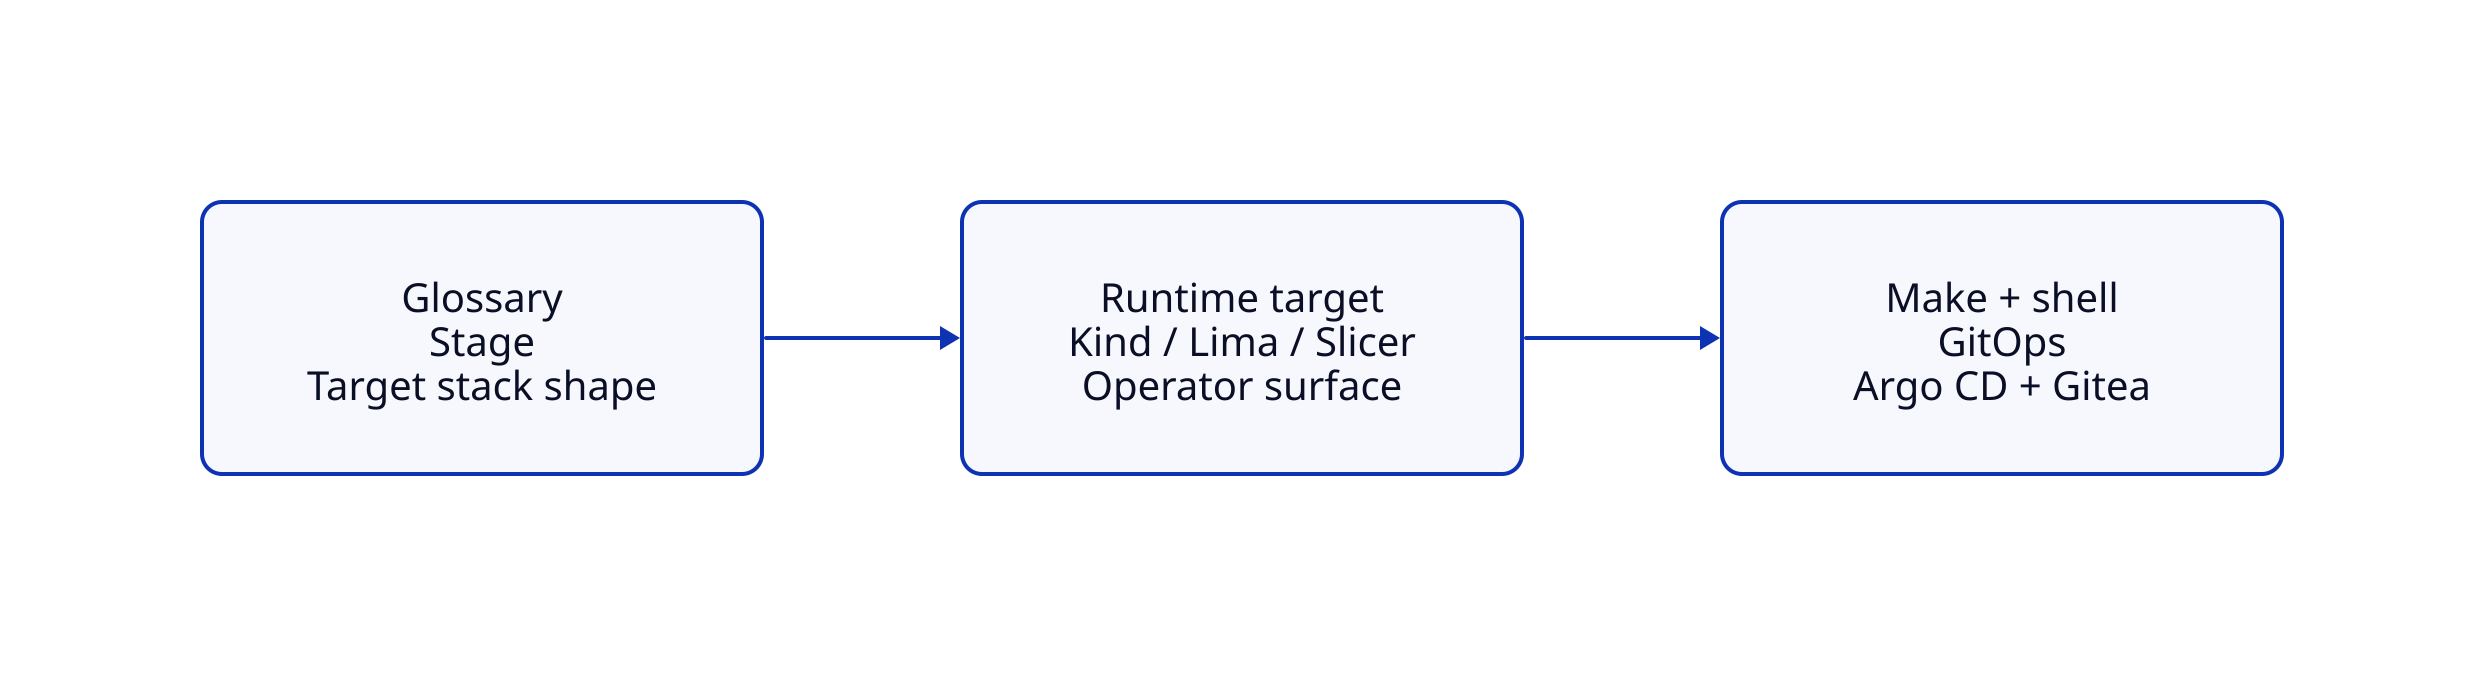
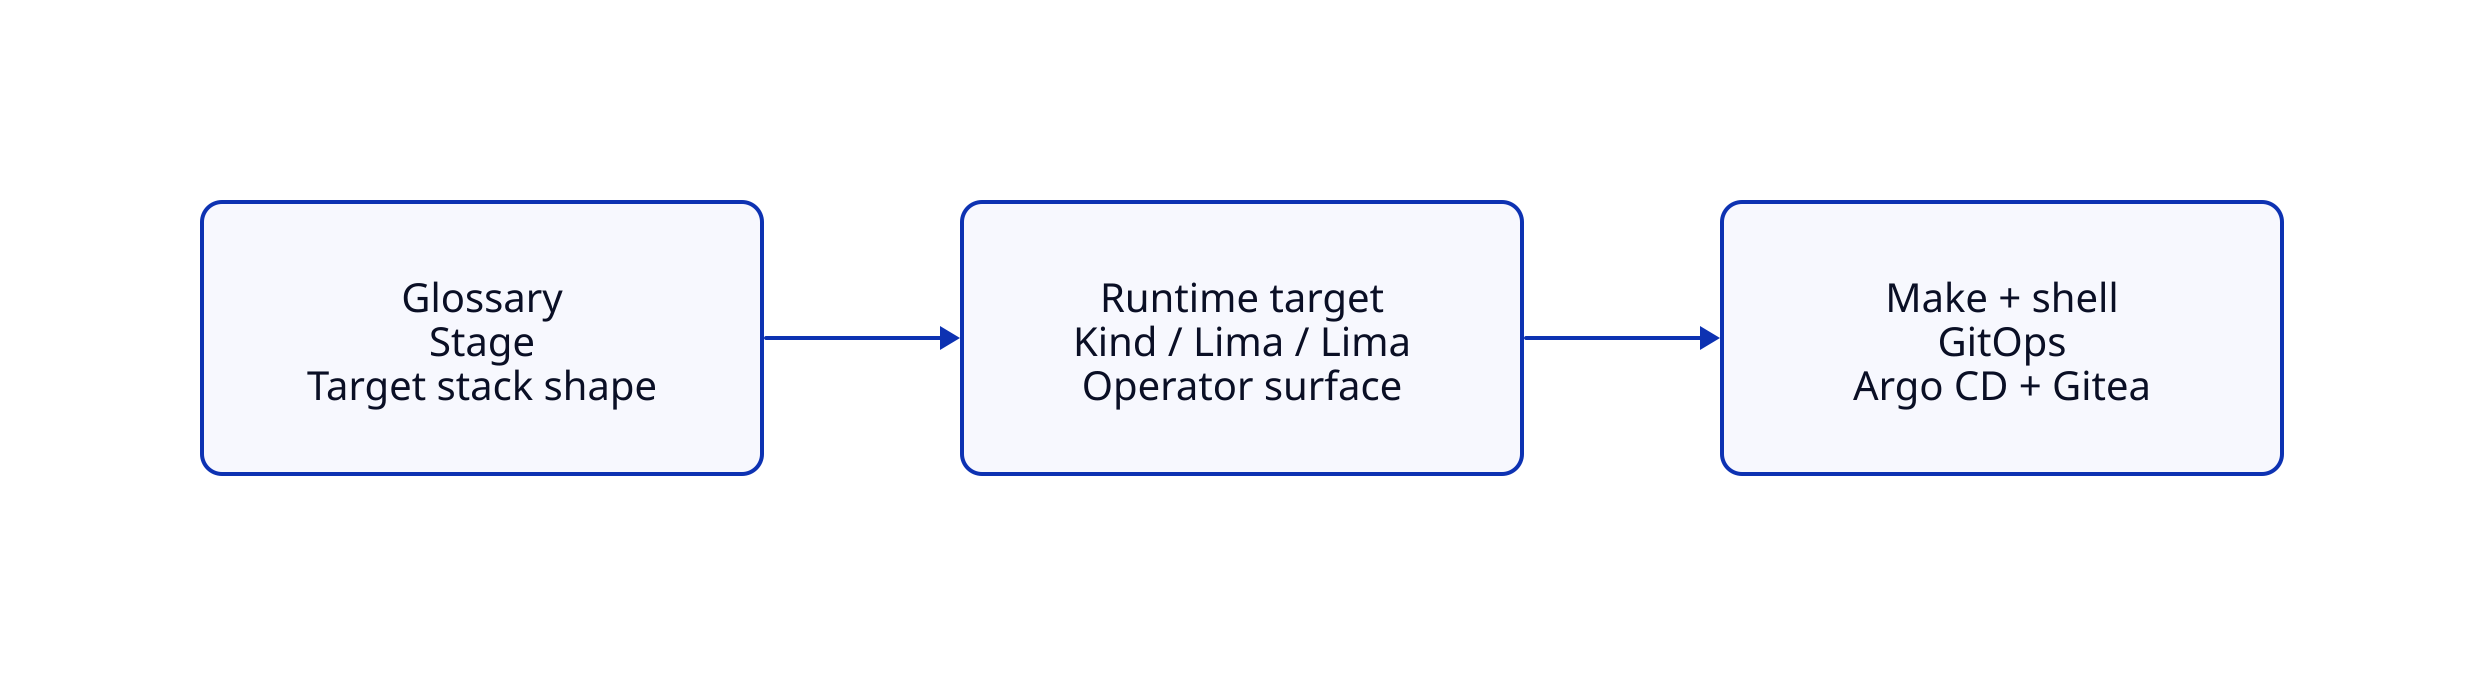
# Auto-migrated D2 source for /diagrams/generated/reference-glossary-1-light.svg.
# Replace labels/edges here when improving the diagram; do not edit rendered SVG.
# @light public/diagrams/generated/reference-glossary-1-light.svg
# @dark public/diagrams/generated/reference-glossary-1-dark.svg
# @layout elk
# @pad 64

direction: right

style.fill: transparent

n01: {
  label: "Glossary\nStage\nTarget stack shape"
  width: 280
  height: 136
  style.font-size: 20
  style.border-radius: 10
}

n02: {
-   label: "Runtime target\nKind / Lima / Slicer\nOperator surface"
+   label: "Runtime target\nKind / Lima / Lima\nOperator surface"
  width: 280
  height: 136
  style.font-size: 20
  style.border-radius: 10
}

n03: {
  label: "Make + shell\nGitOps\nArgo CD + Gitea"
  width: 280
  height: 136
  style.font-size: 20
  style.border-radius: 10
}

n01 -> n02
n02 -> n03
